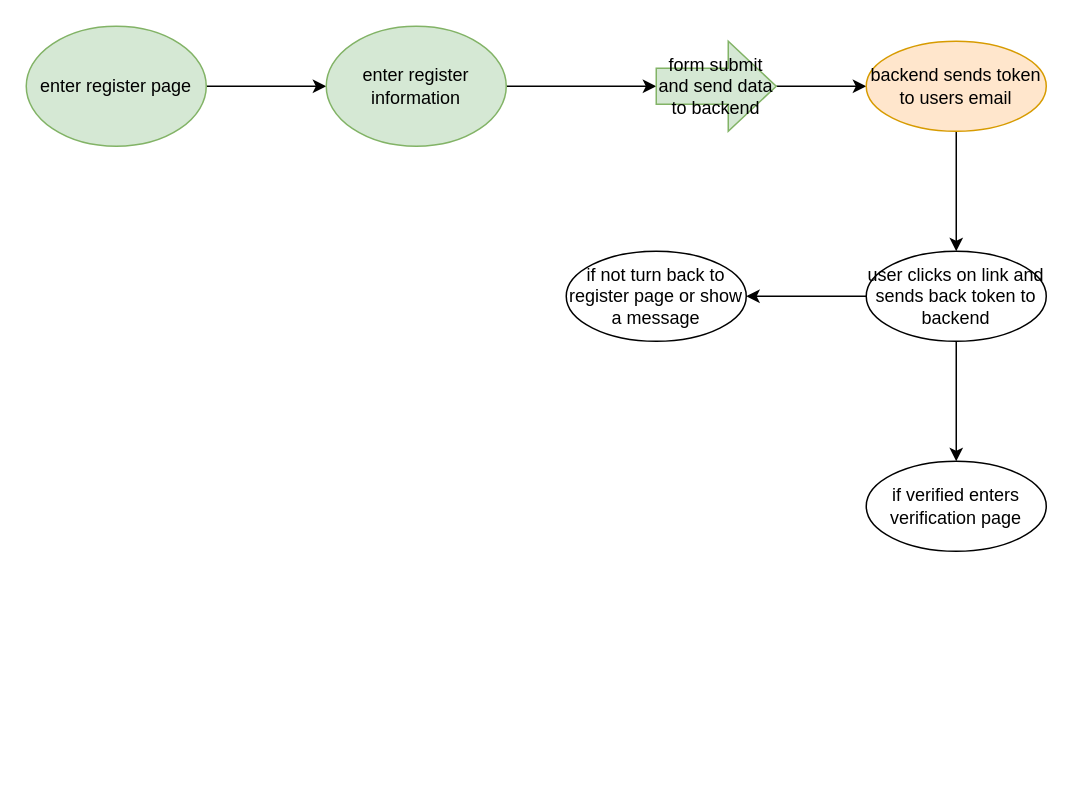
Above: Diagramme sans nom.drawio in FarnazJamali/Self-Study (draw.io), before the change. Source tidied: cells renumbered, new cells numbered last; positions are measured from the earlier drawing's top-left corner, leaving out a move shared by most shapes. Both pictures are drawn from the tidied source at 150%, with x=0, y=0 at pixel (26, 26).
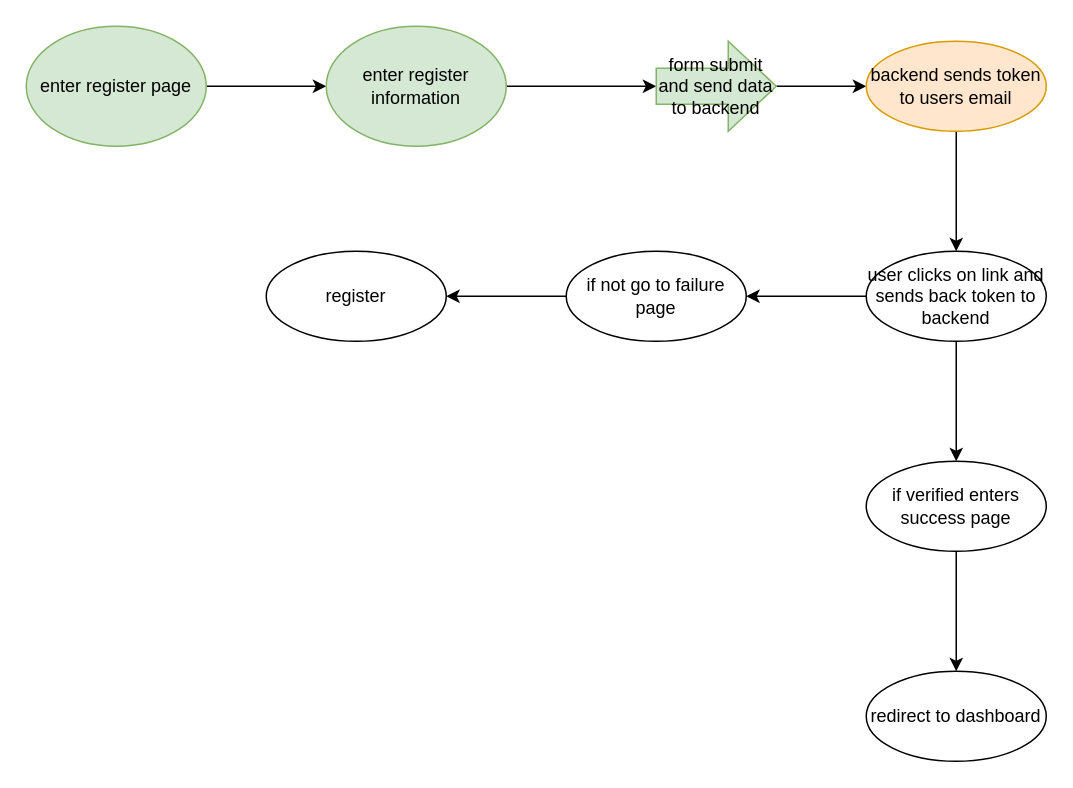
The same diagram, later.

What changed in the source:
```diff
@@
 <mxGraphModel>
   <root>
     <mxCell id="0" />
     <mxCell id="1" parent="0" />
     <mxCell id="2" style="edgeStyle=orthogonalEdgeStyle;rounded=0;jettySize=auto;html=1;fontFamily=Times New Roman;" parent="1" edge="1" source="3" target="5">
       <mxGeometry relative="1" as="geometry" />
     </mxCell>
     <mxCell id="3" value="&lt;font&gt;enter register page&lt;/font&gt;" style="ellipse;whiteSpace=wrap;html=1;fontFamily=Helvetica;fillColor=#d5e8d4;strokeColor=#82b366;" parent="1" vertex="1">
       <mxGeometry width="120" height="80" as="geometry" />
     </mxCell>
     <mxCell id="4" style="edgeStyle=orthogonalEdgeStyle;rounded=0;jettySize=auto;html=1;fontFamily=Times New Roman;" parent="1" edge="1" source="5" target="7">
       <mxGeometry relative="1" as="geometry" />
     </mxCell>
     <mxCell id="5" value="&lt;font&gt;enter register information&lt;/font&gt;" style="ellipse;whiteSpace=wrap;html=1;fontFamily=Helvetica;fillColor=#d5e8d4;strokeColor=#82b366;" parent="1" vertex="1">
       <mxGeometry x="200" width="120" height="80" as="geometry" />
     </mxCell>
     <mxCell id="6" style="edgeStyle=orthogonalEdgeStyle;rounded=0;jettySize=auto;html=1;fontFamily=Times New Roman;" parent="1" edge="1" source="7" target="9">
       <mxGeometry relative="1" as="geometry" />
     </mxCell>
     <mxCell id="7" value="form submit and send data to backend" style="shape=singleArrow;whiteSpace=wrap;html=1;arrowWidth=0.4;arrowSize=0.4;fillColor=#d5e8d4;strokeColor=#82b366;" parent="1" vertex="1">
       <mxGeometry x="420" y="10" width="80" height="60" as="geometry" />
     </mxCell>
     <mxCell id="8" style="edgeStyle=orthogonalEdgeStyle;rounded=0;jettySize=auto;html=1;fontFamily=Times New Roman;" parent="1" edge="1" source="9" target="12">
       <mxGeometry relative="1" as="geometry" />
     </mxCell>
     <mxCell id="9" value="backend sends token to users email" style="ellipse;whiteSpace=wrap;html=1;fillColor=#ffe6cc;strokeColor=#d79b00;" parent="1" vertex="1">
       <mxGeometry x="560" y="10" width="120" height="60" as="geometry" />
     </mxCell>
     <mxCell id="10" style="edgeStyle=orthogonalEdgeStyle;rounded=0;jettySize=auto;html=1;fontFamily=Times New Roman;" parent="1" edge="1" source="12" target="13">
       <mxGeometry relative="1" as="geometry" />
     </mxCell>
     <mxCell id="11" style="edgeStyle=orthogonalEdgeStyle;rounded=0;jettySize=auto;html=1;fontFamily=Times New Roman;" parent="1" edge="1" source="12" target="14">
       <mxGeometry relative="1" as="geometry" />
     </mxCell>
     <mxCell id="12" value="user clicks on link and sends back token to backend" style="ellipse;whiteSpace=wrap;html=1;" parent="1" vertex="1">
       <mxGeometry x="560" y="150" width="120" height="60" as="geometry" />
     </mxCell>
+    <mxCell id="15" style="edgeStyle=orthogonalEdgeStyle;rounded=0;jettySize=auto;html=1;" parent="1" edge="1" source="13" target="17">
+      <mxGeometry relative="1" as="geometry" />
+    </mxCell>
-    <mxCell id="13" value="if verified enters verification page" style="ellipse;whiteSpace=wrap;html=1;" parent="1" vertex="1">
+    <mxCell id="13" value="if verified enters success page" style="ellipse;whiteSpace=wrap;html=1;" parent="1" vertex="1">
       <mxGeometry x="560" y="290" width="120" height="60" as="geometry" />
     </mxCell>
+    <mxCell id="16" style="edgeStyle=orthogonalEdgeStyle;rounded=0;jettySize=auto;html=1;" parent="1" edge="1" source="14" target="18">
+      <mxGeometry relative="1" as="geometry" />
+    </mxCell>
-    <mxCell id="14" value="if not turn back to register page or show a message" style="ellipse;whiteSpace=wrap;html=1;" parent="1" vertex="1">
+    <mxCell id="14" value="if not go to failure page" style="ellipse;whiteSpace=wrap;html=1;" parent="1" vertex="1">
       <mxGeometry x="360" y="150" width="120" height="60" as="geometry" />
     </mxCell>
+    <mxCell id="17" value="redirect to dashboard" style="ellipse;whiteSpace=wrap;html=1;" parent="1" vertex="1">
+      <mxGeometry x="560" y="430" width="120" height="60" as="geometry" />
+    </mxCell>
+    <mxCell id="18" value="register" style="ellipse;whiteSpace=wrap;html=1;" parent="1" vertex="1">
+      <mxGeometry x="160" y="150" width="120" height="60" as="geometry" />
+    </mxCell>
   </root>
 </mxGraphModel>
```
